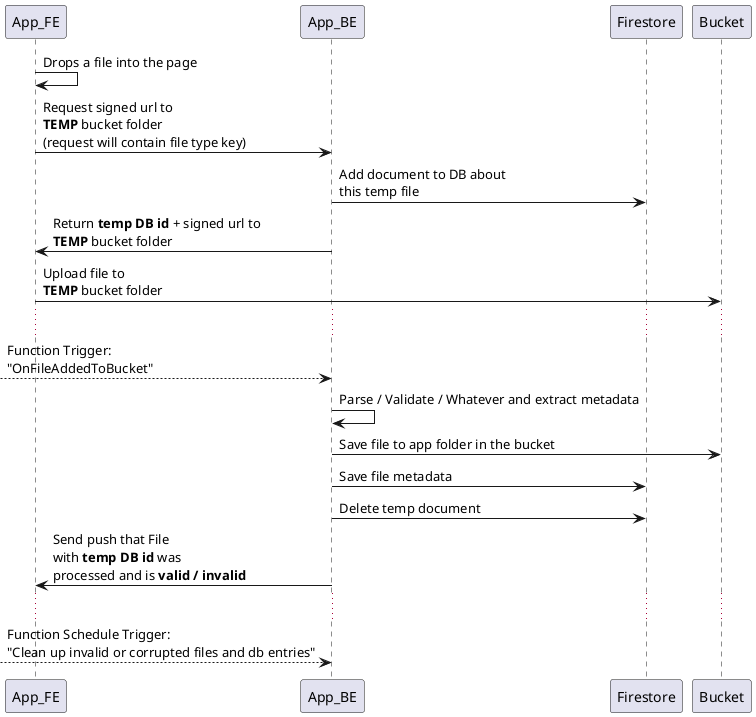
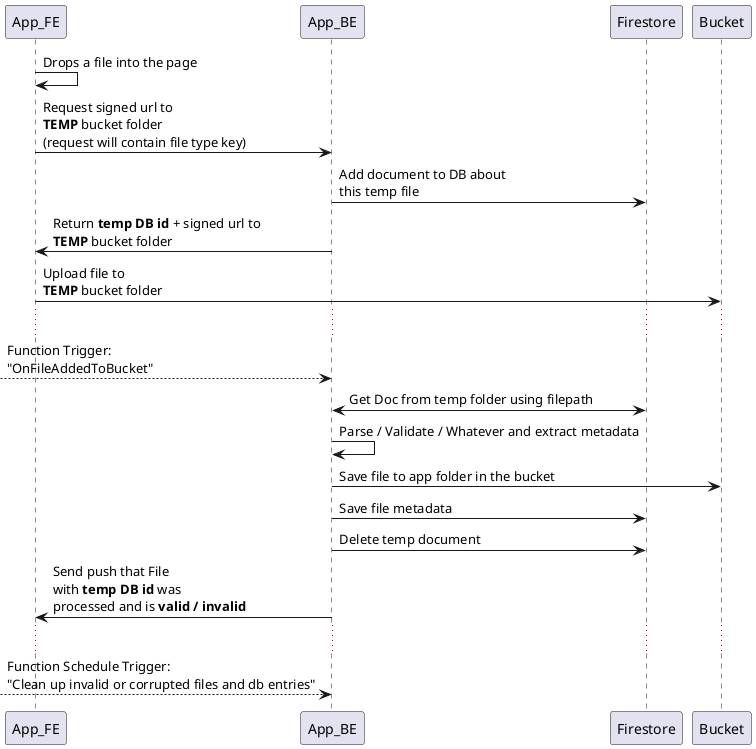
@startuml
participant App_FE
participant App_BE
participant Firestore as DB
participant Bucket


App_FE->App_FE: Drops a file into the page
App_FE -> App_BE: Request signed url to \n<b>TEMP</b> bucket folder\n(request will contain file type key)
App_BE -> DB: Add document to DB about\nthis temp file
App_BE -> App_FE: Return <b>temp DB id</b> + signed url to\n<b>TEMP</b> bucket folder
App_FE -> Bucket: Upload file to\n<b>TEMP</b> bucket folder
...
--> App_BE: Function Trigger:\n"OnFileAddedToBucket"

+ DB <-> App_BE: Get Doc from temp folder using filepath
App_BE -> App_BE: Parse / Validate / Whatever and extract metadata
App_BE -> Bucket: Save file to app folder in the bucket
App_BE -> DB: Save file metadata
App_BE -> DB: Delete temp document
App_BE -> App_FE: Send push that File\nwith <b>temp DB id</b> was\nprocessed and is <b>valid / invalid</b>

...
--> App_BE: Function Schedule Trigger:\n"Clean up invalid or corrupted files and db entries"
@enduml